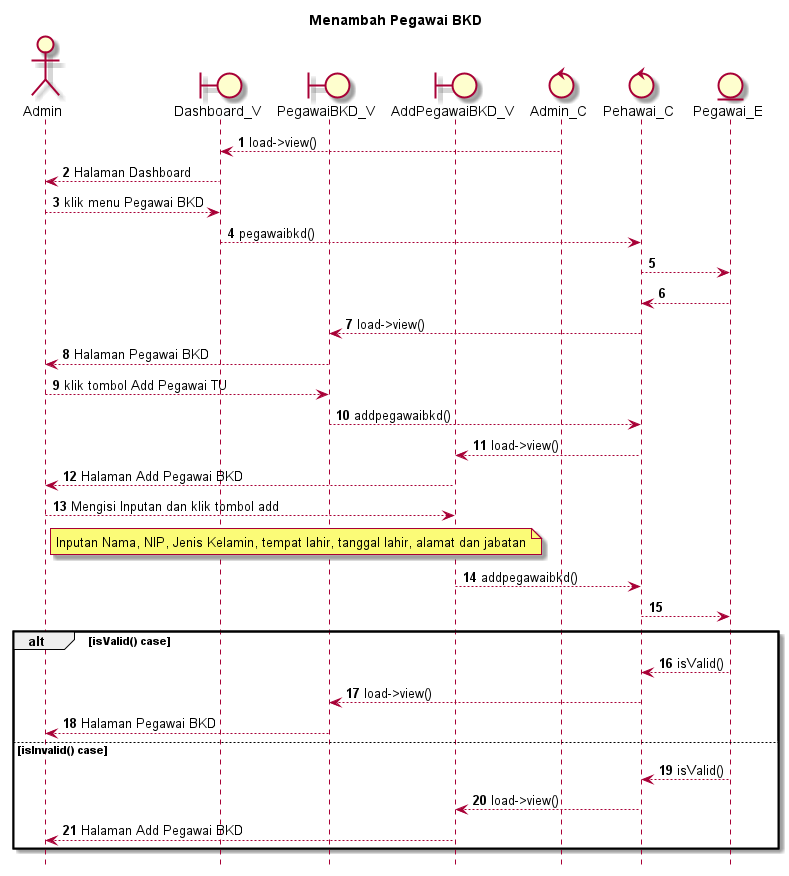
Earlier version of the PlantUML export SELAIN SISTEM/UML/SEQUENCE/out/admin/AA-SUDAH/AddPegawaiBKD/Menambah Pegawai BKD.png (kurniado729/sistem_kp).
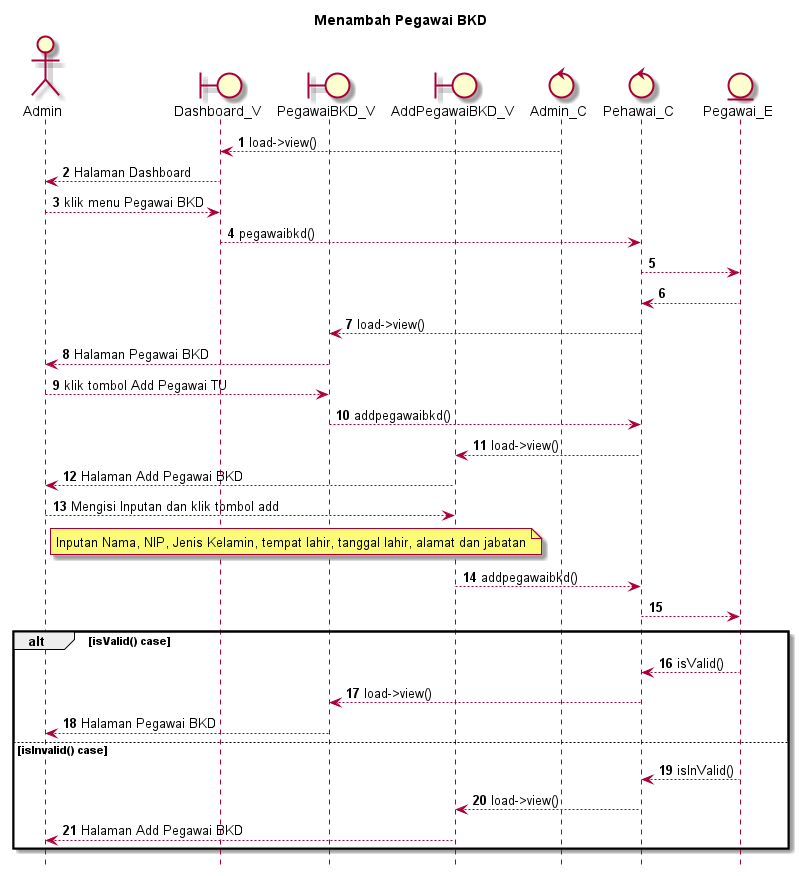
The same diagram one commit later.

The edit, as a diff of the source:
```diff
@@ -42,7 +42,7 @@
 
 else isInvalid() case
 
-    Pegawai_E --> Pehawai_C: isValid()
+    Pegawai_E --> Pehawai_C: isInValid()
     Pehawai_C --> AddPegawaiBKD_V: load->view()
     AddPegawaiBKD_V --> Admin: Halaman Add Pegawai BKD
 
```
